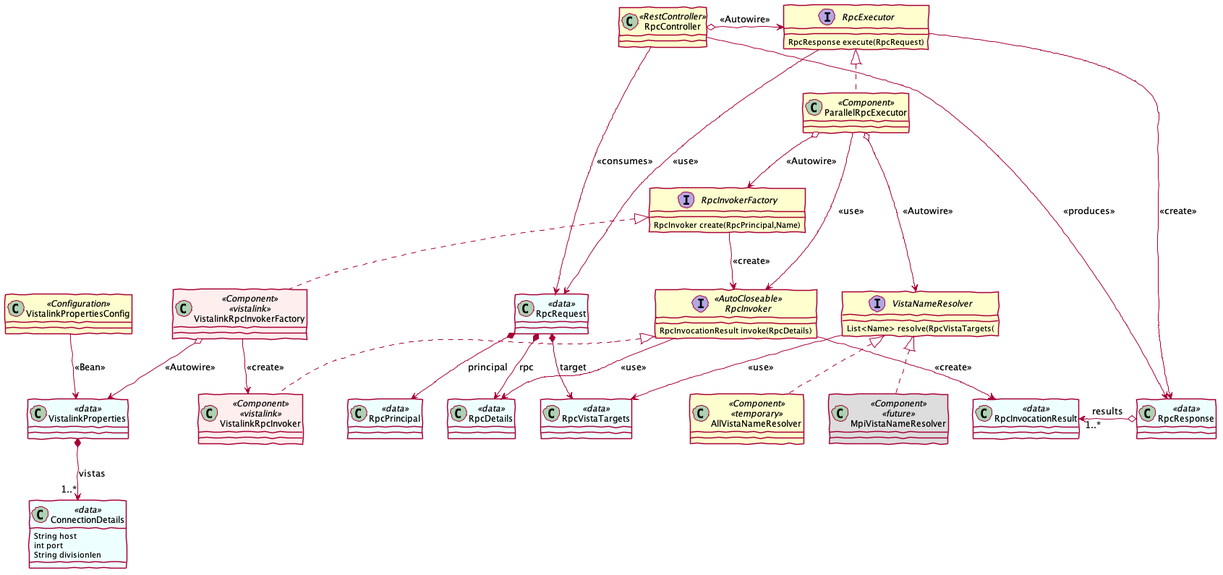
department-of-veterans-affairs/lighthouse-charon keeps this PlantUML diagram as src/plantuml/vl-classes.png. Above is the earlier version. Source of this version:
```plantuml
@startuml

skinparam {
 shadowing false
 handwritten true
 ClassBackgroundColor<<data>> #EFF
 ClassBackgroundColor<<vistalink>> #FEE
 ClassBackgroundColor<<future>> #DDD
}

together {
  class ConnectionDetails <<data>> {
    String host
    int port
    String divisionIen
  }
  class VistalinkProperties <<data>>
  class VistalinkPropertiesConfig <<Configuration>>
}
VistalinkProperties *--> "1..*" ConnectionDetails: vistas
VistalinkPropertiesConfig --> VistalinkProperties: <<Bean>>

together {
  class RpcRequest <<data>>
  class RpcDetails <<data>>
  class RpcPrincipal <<data>>
  class RpcVistaTargets <<data>>
}
RpcRequest *--> RpcDetails: rpc
RpcRequest *--> RpcPrincipal: principal
RpcRequest *--> RpcVistaTargets: target

together {
  class RpcResponse <<data>>
  class RpcInvocationResult <<data>>
}
RpcResponse o-> "1..*" RpcInvocationResult: results

interface RpcInvoker <<AutoCloseable>> {
  RpcInvocationResult invoke(RpcDetails)
}
RpcInvoker --> RpcDetails: <<use>>
RpcInvoker --> RpcInvocationResult: <<create>>

interface RpcInvokerFactory {
  RpcInvoker create(RpcPrincipal,Name)
}
RpcInvokerFactory --> RpcInvoker: <<create>>

interface RpcExecutor {
  RpcResponse execute(RpcRequest)
}
RpcExecutor --> RpcRequest: <<use>>
RpcExecutor --> RpcResponse: <<create>>

class ParallelRpcExecutor <<Component>> implements RpcExecutor
ParallelRpcExecutor --> RpcInvoker: <<use>>
ParallelRpcExecutor o--> RpcInvokerFactory: <<Autowire>>
ParallelRpcExecutor o--> VistaNameResolver: <<Autowire>>

interface VistaNameResolver {
  List<Name> resolve(RpcVistaTargets(
}
VistaNameResolver --> RpcVistaTargets: <<use>>

class AllVistaNameResolver  <<Component>> <<temporary>> implements VistaNameResolver
class MpiVistaNameResolver  <<Component>> <<future>> implements VistaNameResolver

together {
class VistalinkRpcInvoker  <<Component>> <<vistalink>> implements RpcInvoker
class VistalinkRpcInvokerFactory  <<Component>> <<vistalink>> implements RpcInvokerFactory
}
VistalinkRpcInvokerFactory --> VistalinkRpcInvoker: <<create>>
VistalinkRpcInvokerFactory o--> VistalinkProperties:<<Autowire>>

class RpcController <<RestController>>
RpcController o-> RpcExecutor: <<Autowire>>
RpcController -> RpcRequest: <<consumes>>
RpcController -> RpcResponse: <<produces>>
@enduml
```
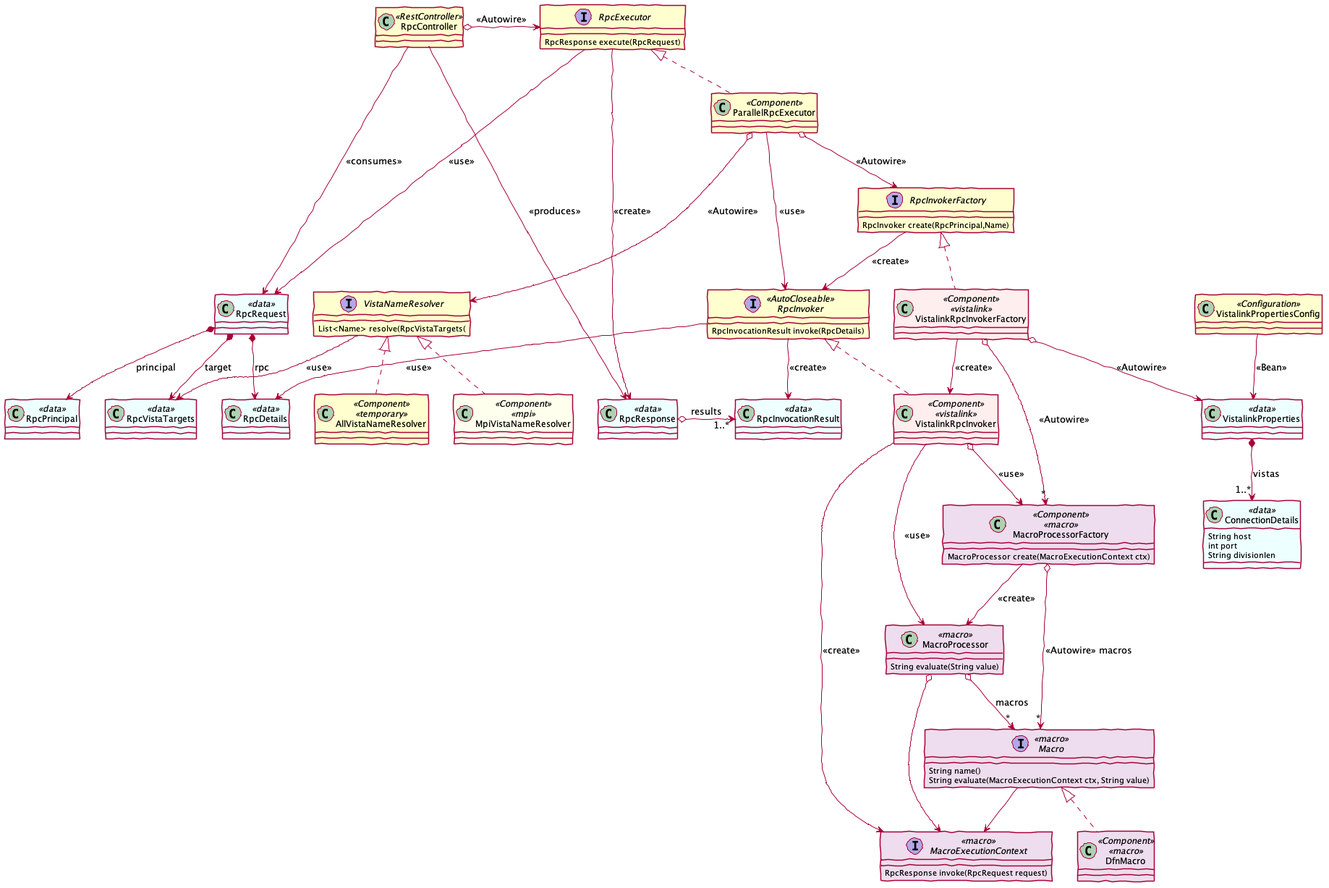
Above is the later version.

Commit message:
dfn macro docs

What changed in the source:
```diff
@@ -6,6 +6,8 @@
  ClassBackgroundColor<<data>> #EFF
  ClassBackgroundColor<<vistalink>> #FEE
  ClassBackgroundColor<<future>> #DDD
+ ClassBackgroundColor<<mpi>> #FFE
+ ClassBackgroundColor<<macro>> #EDE
 }
 
 together {
@@ -64,14 +66,40 @@
 VistaNameResolver --> RpcVistaTargets: <<use>>
 
 class AllVistaNameResolver  <<Component>> <<temporary>> implements VistaNameResolver
-class MpiVistaNameResolver  <<Component>> <<future>> implements VistaNameResolver
+class MpiVistaNameResolver  <<Component>> <<mpi>> implements VistaNameResolver
 
 together {
-class VistalinkRpcInvoker  <<Component>> <<vistalink>> implements RpcInvoker
-class VistalinkRpcInvokerFactory  <<Component>> <<vistalink>> implements RpcInvokerFactory
+  class VistalinkRpcInvoker  <<Component>> <<vistalink>> implements RpcInvoker
+  class VistalinkRpcInvokerFactory  <<Component>> <<vistalink>> implements RpcInvokerFactory
 }
+together {
+  class MacroProcessorFactory <<Component>> <<macro>> {
+    MacroProcessor create(MacroExecutionContext ctx)
+  }
+  class MacroProcessor <<macro>> {
+    String evaluate(String value)
+  }
+  interface Macro <<macro>> {
+    String name()
+    String evaluate(MacroExecutionContext ctx, String value)
+  }
+  interface MacroExecutionContext <<macro>> {
+    RpcResponse invoke(RpcRequest request)
+  }
+  class DfnMacro <<Component>> <<macro>> implements Macro
+}
+MacroProcessorFactory o--> "*" Macro:<<Autowire>> macros
+MacroProcessorFactory --> MacroProcessor: <<create>>
+MacroProcessor o--> MacroExecutionContext
+MacroProcessor o--> "*" Macro:macros
+Macro --> MacroExecutionContext
+
 VistalinkRpcInvokerFactory --> VistalinkRpcInvoker: <<create>>
 VistalinkRpcInvokerFactory o--> VistalinkProperties:<<Autowire>>
+VistalinkRpcInvokerFactory o--> "*" MacroProcessorFactory:<<Autowire>>
+VistalinkRpcInvoker o--> MacroProcessorFactory:<<use>>
+VistalinkRpcInvoker --> MacroProcessor:<<use>>
+VistalinkRpcInvoker --> MacroExecutionContext:<<create>>
 
 class RpcController <<RestController>>
 RpcController o-> RpcExecutor: <<Autowire>>
```
